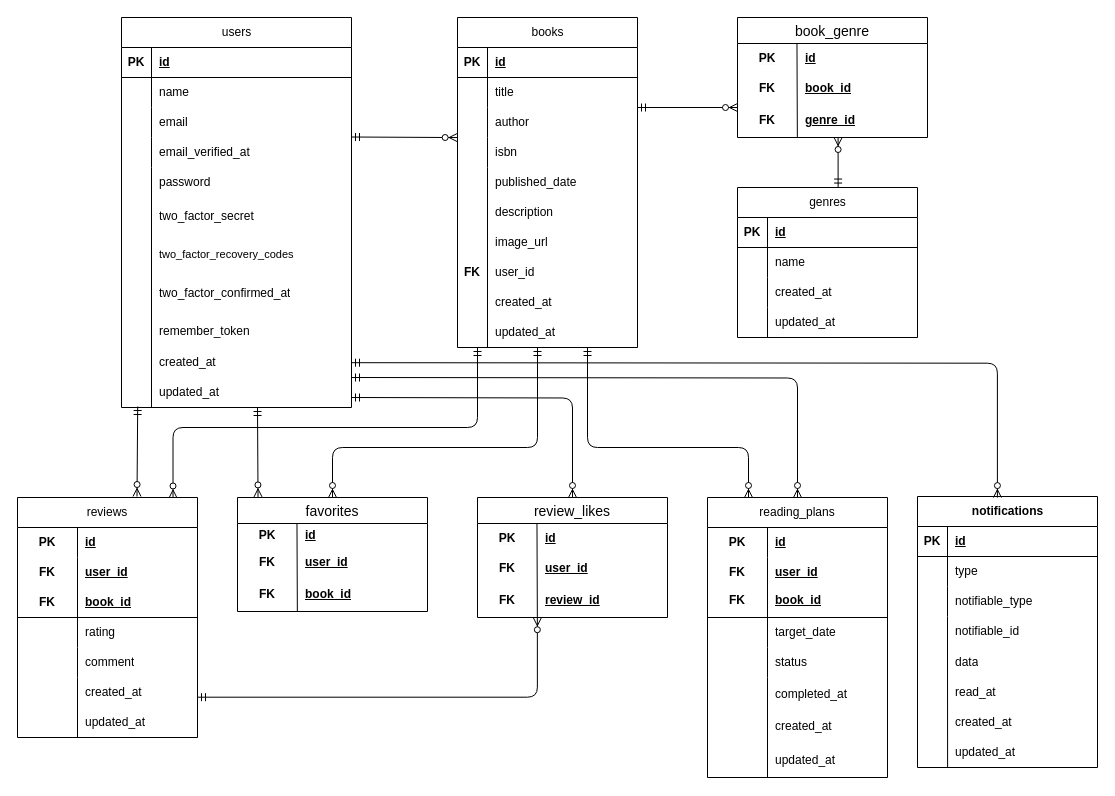
This is ER.drawio from 3170sailing/bookshelf-app, a draw.io file, before an edit. Source tidied: cells renumbered, new cells numbered last; positions are measured from the earlier drawing's top-left corner, leaving out a move shared by most shapes. Both pictures are drawn from the tidied source at 100%, with x=0, y=0 at pixel (17, 17).
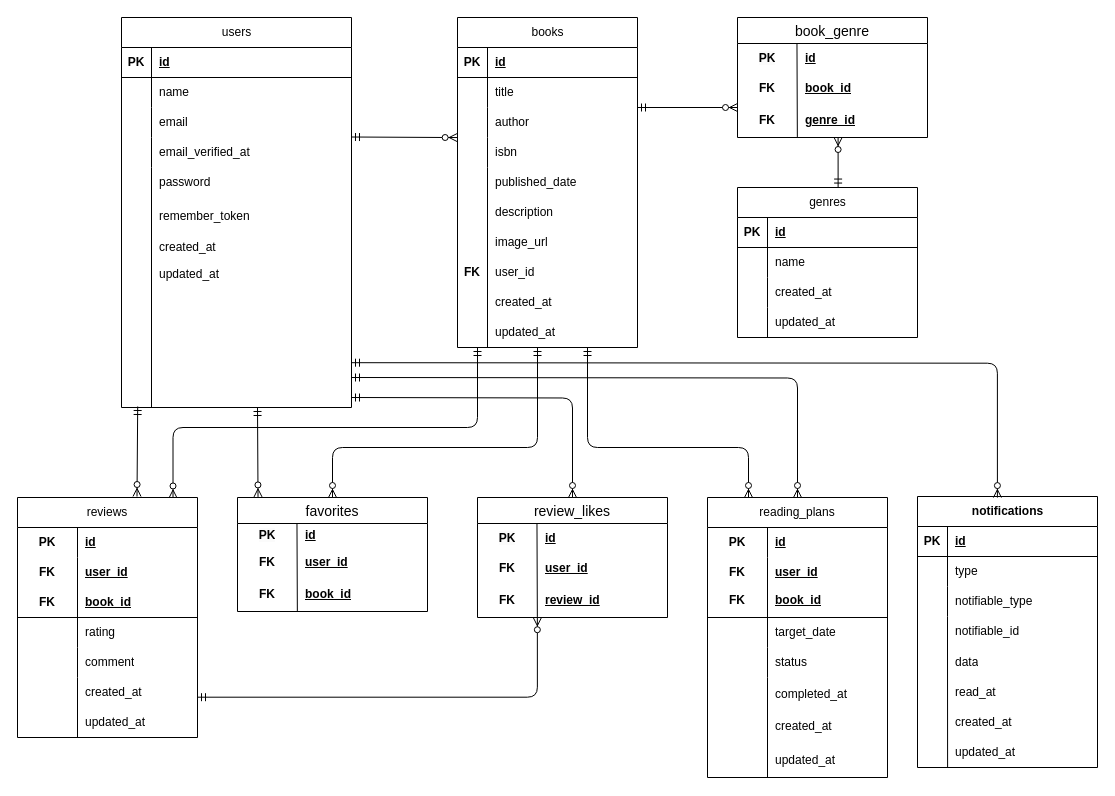
The same page after the edit.

Commit message (it also covers changes not shown here):
ER図を応用機能版に更新

Unchanged cells that the change refers to:
```xml
<mxCell id="2" style="group;" parent="1" vertex="1">
  <mxGeometry x="104" width="230" height="398.3" as="geometry" />
</mxCell>
```

What changed in the source:
```diff
@@
-    <mxCell id="16" value="two_factor_secret" style="shape=partialRectangle;fillColor=none;top=0;left=0;bottom=0;right=0;align=left;spacingLeft=6;overflow=hidden;whiteSpace=wrap;html=1;" parent="2" vertex="1">
-      <mxGeometry x="30" y="180" width="191.7" height="38.3" as="geometry" />
-    </mxCell>
     <mxCell id="17" value="remember_token" style="shape=partialRectangle;fillColor=none;top=0;left=0;bottom=0;right=0;align=left;spacingLeft=6;overflow=hidden;whiteSpace=wrap;html=1;" parent="2" vertex="1">
-      <mxGeometry x="30" y="295" width="191.7" height="38.3" as="geometry" />
+      <mxGeometry x="30" y="180" width="191.7" height="38.3" as="geometry" />
     </mxCell>
@@
-    <mxCell id="19" value="&lt;font style=&quot;font-size: 11px;&quot;&gt;two_factor_recovery_codes&lt;/font&gt;" style="shape=partialRectangle;fillColor=none;top=0;left=0;bottom=0;right=0;align=left;spacingLeft=6;overflow=hidden;whiteSpace=wrap;html=1;" parent="2" vertex="1">
+    <mxCell id="19" style="shape=partialRectangle;fillColor=none;top=0;left=0;bottom=0;right=0;align=left;spacingLeft=6;overflow=hidden;whiteSpace=wrap;html=1;" parent="2" vertex="1">
       <mxGeometry x="30" y="218" width="191.7" height="38.3" as="geometry" />
     </mxCell>
-    <mxCell id="20" value="two_factor_confirmed_at" style="shape=partialRectangle;fillColor=none;top=0;left=0;bottom=0;right=0;align=left;spacingLeft=6;overflow=hidden;whiteSpace=wrap;html=1;" parent="2" vertex="1">
+    <mxCell id="20" style="shape=partialRectangle;fillColor=none;top=0;left=0;bottom=0;right=0;align=left;spacingLeft=6;overflow=hidden;whiteSpace=wrap;html=1;" parent="2" vertex="1">
       <mxGeometry x="30" y="257" width="191.7" height="38.3" as="geometry" />
     </mxCell>
@@
     <mxCell id="22" value="created_at" style="shape=partialRectangle;fillColor=none;top=0;left=0;bottom=0;right=0;align=left;spacingLeft=6;overflow=hidden;whiteSpace=wrap;html=1;" parent="2" vertex="1">
-      <mxGeometry x="30" y="333.3" width="191.7" height="24" as="geometry" />
+      <mxGeometry x="30" y="218.3" width="191.7" height="24" as="geometry" />
     </mxCell>
     <mxCell id="23" value="updated_at" style="shape=partialRectangle;fillColor=none;top=0;left=0;bottom=0;right=0;align=left;spacingLeft=6;overflow=hidden;whiteSpace=wrap;html=1;" parent="2" vertex="1">
-      <mxGeometry x="30" y="360" width="191.7" height="30" as="geometry" />
+      <mxGeometry x="30" y="242.3" width="191.7" height="30" as="geometry" />
     </mxCell>
```
